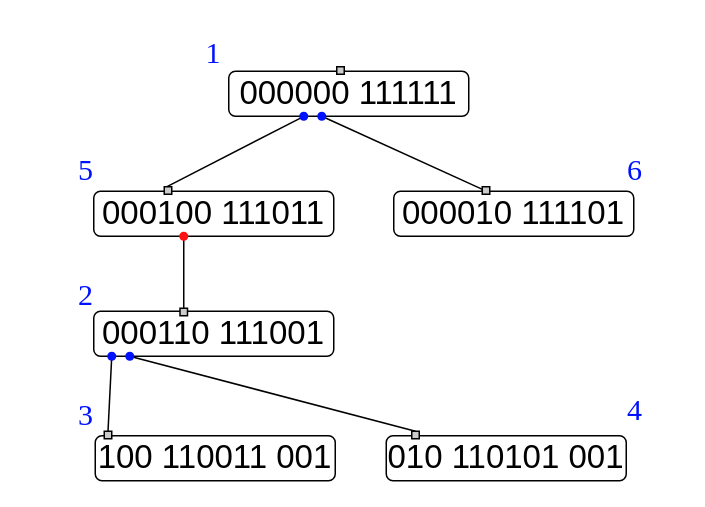
Earlier version of the draw.io diagram Trees/CCRtrees/Binary/CCR1/CCR1.6.drawio (Al-ttaeeA/research). Source tidied: cells renumbered, new cells numbered last; positions are measured from the earlier drawing's top-left corner, leaving out a move shared by most shapes. Both pictures are drawn from the tidied source at 150%, with x=0, y=0 at pixel (40, 28).
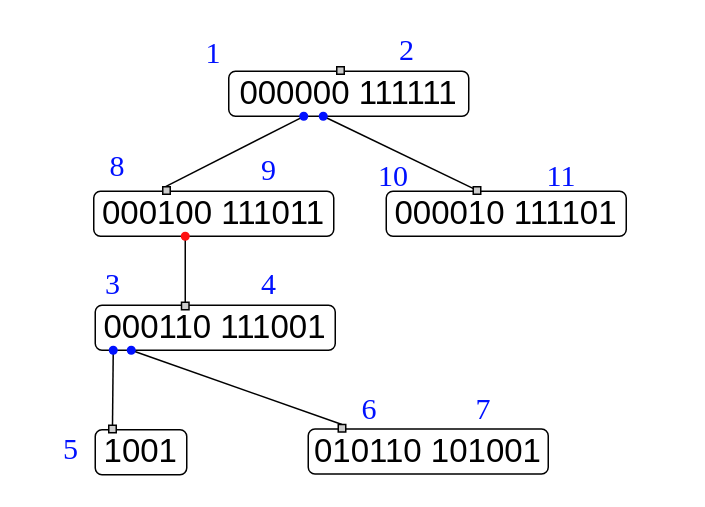
The same page after the edit.

The edit, as a diff of the source:
```diff
@@
     <mxCell id="6" value="&lt;font style=&quot;font-size: 22px;&quot;&gt;000010 111101&lt;/font&gt;" style="rounded=1;whiteSpace=wrap;html=1;" parent="1" vertex="1">
-      <mxGeometry x="235" y="108" width="160" height="30" as="geometry" />
+      <mxGeometry x="230" y="108" width="160" height="30" as="geometry" />
     </mxCell>
@@
-    <mxCell id="8" value="&lt;font style=&quot;font-size: 22px;&quot;&gt;100 110011 001&lt;/font&gt;" style="rounded=1;whiteSpace=wrap;html=1;" parent="1" vertex="1">
-      <mxGeometry x="36" y="271" width="160" height="30" as="geometry" />
+    <mxCell id="8" value="&lt;font style=&quot;font-size: 22px;&quot;&gt;&lt;font style=&quot;color: rgb(0, 0, 0);&quot;&gt;1001&lt;/font&gt;&lt;/font&gt;" style="rounded=1;whiteSpace=wrap;html=1;" parent="1" vertex="1">
+      <mxGeometry x="36" y="267" width="61" height="30" as="geometry" />
     </mxCell>
-    <mxCell id="9" value="&lt;font style=&quot;font-size: 22px;&quot;&gt;010 110101 001&lt;/font&gt;" style="rounded=1;whiteSpace=wrap;html=1;" parent="1" vertex="1">
-      <mxGeometry x="230" y="271" width="160" height="30" as="geometry" />
+    <mxCell id="9" value="&lt;font style=&quot;font-size: 22px;&quot;&gt;010110 101001&lt;/font&gt;" style="rounded=1;whiteSpace=wrap;html=1;" parent="1" vertex="1">
+      <mxGeometry x="178" y="266.5" width="160" height="30" as="geometry" />
     </mxCell>
     <mxCell id="10" value="&lt;font style=&quot;font-size: 22px;&quot;&gt;000110 111001&lt;/font&gt;" style="rounded=1;whiteSpace=wrap;html=1;" parent="1" vertex="1">
-      <mxGeometry x="35" y="188" width="160" height="30" as="geometry" />
+      <mxGeometry x="36" y="184" width="160" height="30" as="geometry" />
     </mxCell>
@@
     <mxCell id="13" style="endArrow=none;html=1;rounded=0;exitDx=0;exitDy=0;entryX=0.304;entryY=0.994;entryDx=0;entryDy=0;entryPerimeter=0;exitPerimeter=0;" parent="1" edge="1" target="6">
       <mxGeometry relative="1" as="geometry">
-        <mxPoint x="284" y="138" as="sourcePoint" />
+        <mxPoint x="279" y="138" as="sourcePoint" />
       </mxGeometry>
     </mxCell>
@@
     <mxCell id="16" style="rounded=0;whiteSpace=wrap;html=1;fillColor=#CCCCCC;" parent="1" vertex="1">
-      <mxGeometry x="82" y="105" width="5" height="5" as="geometry" />
+      <mxGeometry x="81" y="105" width="5" height="5" as="geometry" />
     </mxCell>
@@
     <mxCell id="19" style="shape=waypoint;sketch=0;fillStyle=solid;size=6;points=[];fillColor=none;perimeter=centerPerimeter;snapToPoint=1;strokeColor=#0011FF;" parent="1" vertex="1">
-      <mxGeometry x="177" y="48" width="20" height="20" as="geometry" />
+      <mxGeometry x="178" y="48" width="20" height="20" as="geometry" />
     </mxCell>
     <mxCell id="20" style="rounded=0;whiteSpace=wrap;html=1;fillColor=#CCCCCC;" parent="1" vertex="1">
-      <mxGeometry x="294" y="105" width="5" height="5" as="geometry" />
+      <mxGeometry x="288" y="105" width="5" height="5" as="geometry" />
     </mxCell>
@@
     <mxCell id="22" style="shape=waypoint;sketch=0;fillStyle=solid;size=6;points=[];fillColor=none;perimeter=centerPerimeter;snapToPoint=1;strokeColor=#FF1111;" parent="1" vertex="1">
-      <mxGeometry x="85" y="128" width="20" height="20" as="geometry" />
+      <mxGeometry x="86" y="128" width="20" height="20" as="geometry" />
     </mxCell>
@@
     <mxCell id="24" style="rounded=0;whiteSpace=wrap;html=1;fillColor=#CCCCCC;" parent="1" vertex="1">
-      <mxGeometry x="92.5" y="186" width="5" height="5" as="geometry" />
+      <mxGeometry x="93.5" y="182" width="5" height="5" as="geometry" />
     </mxCell>
     <mxCell id="25" style="shape=waypoint;sketch=0;fillStyle=solid;size=6;points=[];fillColor=none;perimeter=centerPerimeter;snapToPoint=1;strokeColor=#0011FF;" parent="1" vertex="1">
-      <mxGeometry x="37" y="208" width="20" height="20" as="geometry" />
+      <mxGeometry x="38" y="204" width="20" height="20" as="geometry" />
     </mxCell>
     <mxCell id="26" style="rounded=0;whiteSpace=wrap;html=1;fillColor=#CCCCCC;" parent="1" vertex="1">
-      <mxGeometry x="42" y="268" width="5" height="5" as="geometry" />
+      <mxGeometry x="45" y="264" width="5" height="5" as="geometry" />
     </mxCell>
     <mxCell id="27" style="shape=waypoint;sketch=0;fillStyle=solid;size=6;points=[];fillColor=none;perimeter=centerPerimeter;snapToPoint=1;strokeColor=#0011FF;" parent="1" vertex="1">
-      <mxGeometry x="49" y="208" width="20" height="20" as="geometry" />
+      <mxGeometry x="50" y="204" width="20" height="20" as="geometry" />
     </mxCell>
     <mxCell id="28" style="rounded=0;whiteSpace=wrap;html=1;fillColor=#CCCCCC;" parent="1" vertex="1">
-      <mxGeometry x="247" y="268" width="5" height="5" as="geometry" />
+      <mxGeometry x="198" y="263.5" width="5" height="5" as="geometry" />
     </mxCell>
     <mxCell id="29" value="&lt;font style=&quot;color: rgb(0, 17, 255); font-size: 20px;&quot; face=&quot;Times New Roman&quot;&gt;2&lt;/font&gt;" style="text;html=1;whiteSpace=wrap;strokeColor=none;fillColor=none;align=center;verticalAlign=middle;rounded=0;" parent="1" vertex="1">
-      <mxGeometry y="161" width="60" height="30" as="geometry" />
+      <mxGeometry x="214" y="-2" width="60" height="30" as="geometry" />
     </mxCell>
     <mxCell id="30" value="&lt;font style=&quot;color: rgb(0, 17, 255); font-size: 20px;&quot; face=&quot;Times New Roman&quot;&gt;3&lt;/font&gt;" style="text;html=1;whiteSpace=wrap;strokeColor=none;fillColor=none;align=center;verticalAlign=middle;rounded=0;" parent="1" vertex="1">
-      <mxGeometry y="241" width="60" height="30" as="geometry" />
+      <mxGeometry x="17.5" y="154" width="60" height="30" as="geometry" />
     </mxCell>
     <mxCell id="31" value="&lt;font style=&quot;color: rgb(0, 17, 255); font-size: 20px;&quot; face=&quot;Times New Roman&quot;&gt;4&lt;/font&gt;" style="text;html=1;whiteSpace=wrap;strokeColor=none;fillColor=none;align=center;verticalAlign=middle;rounded=0;" parent="1" vertex="1">
-      <mxGeometry x="366" y="238" width="60" height="30" as="geometry" />
+      <mxGeometry x="122" y="154" width="60" height="30" as="geometry" />
     </mxCell>
     <mxCell id="32" value="&lt;font style=&quot;color: rgb(0, 17, 255); font-size: 20px;&quot; face=&quot;Times New Roman&quot;&gt;5&lt;/font&gt;" style="text;html=1;whiteSpace=wrap;strokeColor=none;fillColor=none;align=center;verticalAlign=middle;rounded=0;" parent="1" vertex="1">
-      <mxGeometry y="78" width="60" height="30" as="geometry" />
+      <mxGeometry x="-10" y="264" width="60" height="30" as="geometry" />
     </mxCell>
     <mxCell id="33" value="&lt;font style=&quot;color: rgb(0, 17, 255); font-size: 20px;&quot; face=&quot;Times New Roman&quot;&gt;6&lt;/font&gt;" style="text;html=1;whiteSpace=wrap;strokeColor=none;fillColor=none;align=center;verticalAlign=middle;rounded=0;" parent="1" vertex="1">
-      <mxGeometry x="366" y="78" width="60" height="30" as="geometry" />
+      <mxGeometry x="189" y="236.5" width="60" height="30" as="geometry" />
     </mxCell>
+    <mxCell id="34" value="&lt;font style=&quot;color: rgb(0, 17, 255); font-size: 20px;&quot; face=&quot;Times New Roman&quot;&gt;7&lt;/font&gt;" style="text;html=1;whiteSpace=wrap;strokeColor=none;fillColor=none;align=center;verticalAlign=middle;rounded=0;" parent="1" vertex="1">
+      <mxGeometry x="265" y="236.5" width="60" height="30" as="geometry" />
+    </mxCell>
+    <mxCell id="35" value="&lt;font style=&quot;color: rgb(0, 17, 255); font-size: 20px;&quot; face=&quot;Times New Roman&quot;&gt;8&lt;/font&gt;" style="text;html=1;whiteSpace=wrap;strokeColor=none;fillColor=none;align=center;verticalAlign=middle;rounded=0;" parent="1" vertex="1">
+      <mxGeometry x="21" y="75" width="60" height="30" as="geometry" />
+    </mxCell>
+    <mxCell id="36" value="&lt;font style=&quot;color: rgb(0, 17, 255); font-size: 20px;&quot; face=&quot;Times New Roman&quot;&gt;9&lt;/font&gt;" style="text;html=1;whiteSpace=wrap;strokeColor=none;fillColor=none;align=center;verticalAlign=middle;rounded=0;" parent="1" vertex="1">
+      <mxGeometry x="122" y="78" width="60" height="30" as="geometry" />
+    </mxCell>
+    <mxCell id="37" value="&lt;font style=&quot;color: rgb(0, 17, 255); font-size: 20px;&quot; face=&quot;Times New Roman&quot;&gt;10&lt;/font&gt;" style="text;html=1;whiteSpace=wrap;strokeColor=none;fillColor=none;align=center;verticalAlign=middle;rounded=0;" parent="1" vertex="1">
+      <mxGeometry x="205" y="82" width="60" height="30" as="geometry" />
+    </mxCell>
+    <mxCell id="38" value="&lt;font style=&quot;color: rgb(0, 17, 255); font-size: 20px;&quot; face=&quot;Times New Roman&quot;&gt;11&lt;/font&gt;" style="text;html=1;whiteSpace=wrap;strokeColor=none;fillColor=none;align=center;verticalAlign=middle;rounded=0;" parent="1" vertex="1">
+      <mxGeometry x="317" y="82" width="60" height="30" as="geometry" />
+    </mxCell>
```
